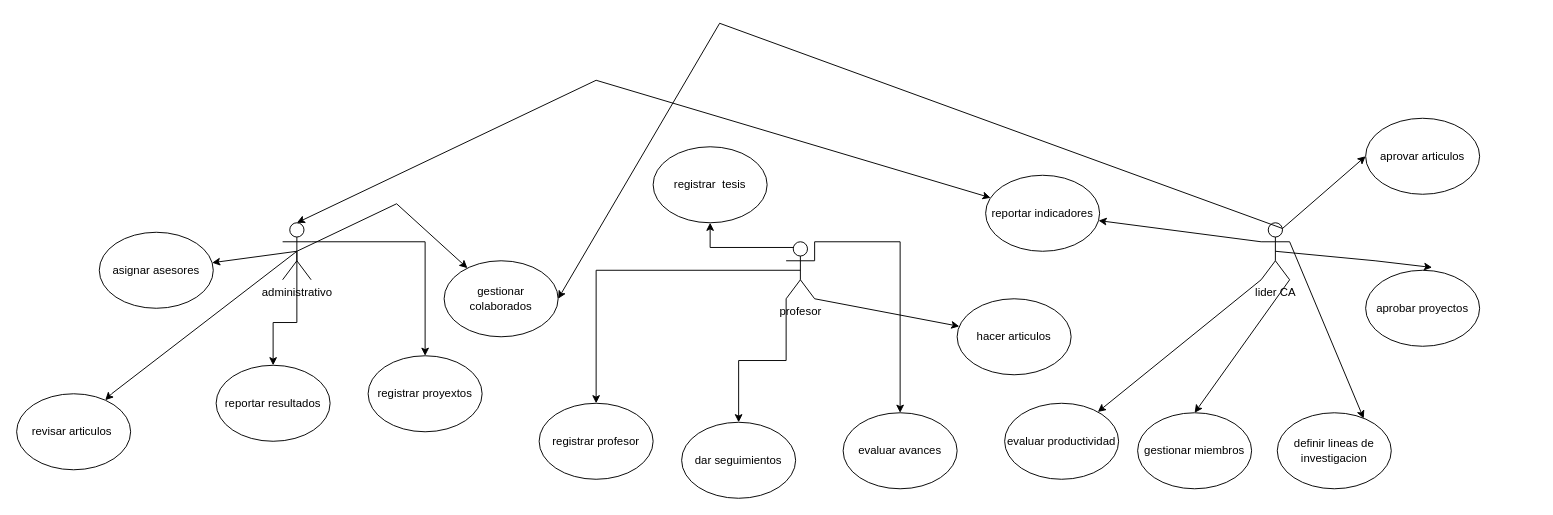
EmmanuelEUG/draw keeps this draw.io diagram as Diagrama sin título.drawio. Above is the earlier version. Source tidied: cells renumbered, new cells numbered last; positions are measured from the earlier drawing's top-left corner, leaving out a move shared by most shapes. Both pictures are drawn from the tidied source at 95%, with x=0, y=0 at pixel (16, 23).
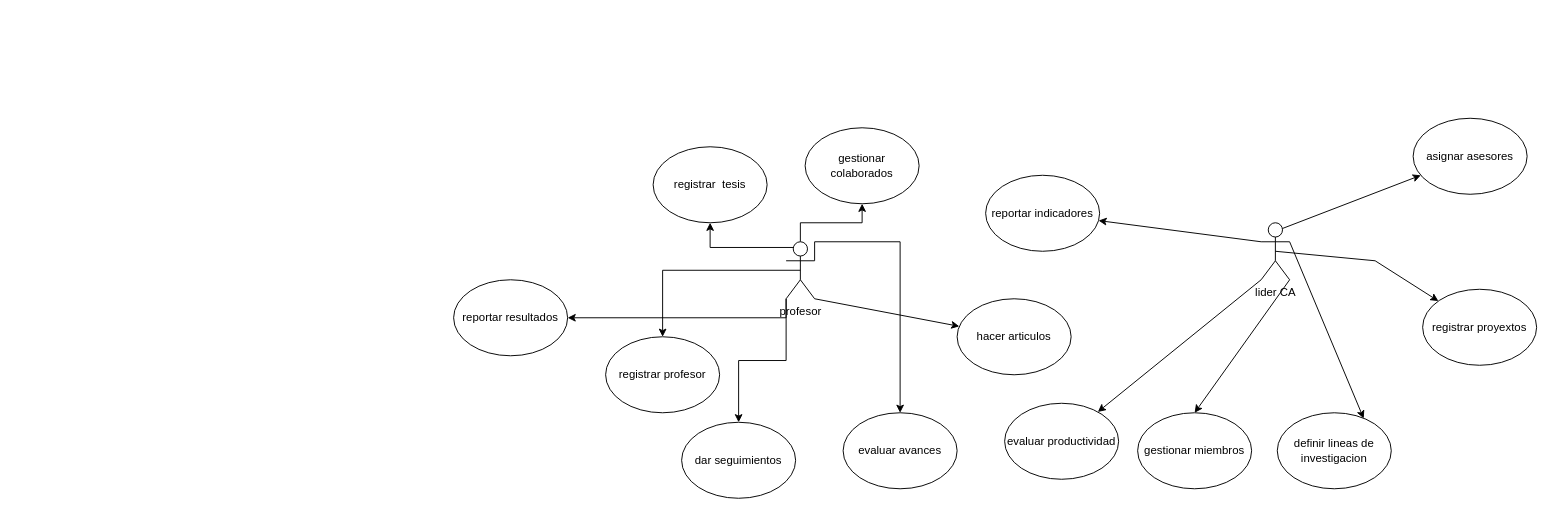
The same page after the edit.

Unchanged cells that the change refers to:
```xml
<mxCell id="6" value="profesor" style="shape=umlActor;verticalLabelPosition=bottom;verticalAlign=top;html=1;outlineConnect=0;" parent="1" vertex="1">
  <mxGeometry x="810" y="230" width="30" height="60" as="geometry" />
</mxCell>
<mxCell id="17" value="lider CA" style="shape=umlActor;verticalLabelPosition=bottom;verticalAlign=top;html=1;outlineConnect=0;" parent="1" vertex="1">
  <mxGeometry x="1310" y="210" width="30" height="60" as="geometry" />
</mxCell>
<mxCell id="21" value="reportar indicadores" style="ellipse;whiteSpace=wrap;html=1;" parent="1" vertex="1">
  <mxGeometry x="1020" y="160" width="120" height="80" as="geometry" />
</mxCell>
```

The edit, as a diff of the source:
```diff
@@
+    <mxCell id="39" style="edgeStyle=orthogonalEdgeStyle;rounded=0;jettySize=auto;html=1;exitX=0.5;exitY=0;exitDx=0;exitDy=0;exitPerimeter=0;" parent="1" edge="1" source="6" target="27">
+      <mxGeometry relative="1" as="geometry" />
+    </mxCell>
+    <mxCell id="40" style="edgeStyle=orthogonalEdgeStyle;rounded=0;jettySize=auto;html=1;exitX=0;exitY=1;exitDx=0;exitDy=0;exitPerimeter=0;" parent="1" edge="1" source="6" target="15">
+      <mxGeometry relative="1" as="geometry" />
+    </mxCell>
@@
-    <mxCell id="7" style="edgeStyle=orthogonalEdgeStyle;rounded=0;jettySize=auto;html=1;exitX=1;exitY=0.3333333333333333;exitDx=0;exitDy=0;exitPerimeter=0;" parent="1" edge="1" source="9" target="11">
-      <mxGeometry relative="1" as="geometry" />
-    </mxCell>
-    <mxCell id="8" style="edgeStyle=orthogonalEdgeStyle;rounded=0;jettySize=auto;html=1;exitX=0.5;exitY=0.5;exitDx=0;exitDy=0;exitPerimeter=0;" parent="1" edge="1" source="9" target="15">
-      <mxGeometry relative="1" as="geometry" />
-    </mxCell>
-    <mxCell id="9" value="administrativo" style="shape=umlActor;verticalLabelPosition=bottom;verticalAlign=top;html=1;outlineConnect=0;" parent="1" vertex="1">
-      <mxGeometry x="280" y="210" width="30" height="60" as="geometry" />
-    </mxCell>
@@
     <mxCell id="11" value="registrar proyextos" style="ellipse;whiteSpace=wrap;html=1;" parent="1" vertex="1">
-      <mxGeometry x="370" y="350" width="120" height="80" as="geometry" />
+      <mxGeometry x="1480" y="280" width="120" height="80" as="geometry" />
     </mxCell>
-    <mxCell id="12" value="aprobar proyectos" style="ellipse;whiteSpace=wrap;html=1;" parent="1" vertex="1">
-      <mxGeometry x="1420" y="260" width="120" height="80" as="geometry" />
-    </mxCell>
@@
     <mxCell id="14" value="registrar profesor" style="ellipse;whiteSpace=wrap;html=1;" parent="1" vertex="1">
-      <mxGeometry x="550" y="400" width="120" height="80" as="geometry" />
+      <mxGeometry x="620" y="330" width="120" height="80" as="geometry" />
     </mxCell>
     <mxCell id="15" value="reportar resultados" style="ellipse;whiteSpace=wrap;html=1;" parent="1" vertex="1">
-      <mxGeometry x="210" y="360" width="120" height="80" as="geometry" />
+      <mxGeometry x="460" y="270" width="120" height="80" as="geometry" />
     </mxCell>
@@
-    <mxCell id="26" style="endArrow=classic;startArrow=classic;html=1;rounded=0;exitX=0.5;exitY=0;exitDx=0;exitDy=0;exitPerimeter=0;" parent="1" edge="1" source="9" target="21">
-      <mxGeometry relative="1" as="geometry">
-        <Array as="points">
-          <mxPoint x="610" y="60" />
-        </Array>
-      </mxGeometry>
-    </mxCell>
     <mxCell id="27" value="gestionar colaborados" style="ellipse;whiteSpace=wrap;html=1;" parent="1" vertex="1">
-      <mxGeometry x="450" y="250" width="120" height="80" as="geometry" />
+      <mxGeometry x="830" y="110" width="120" height="80" as="geometry" />
     </mxCell>
-    <mxCell id="28" style="endArrow=classic;html=1;rounded=0;exitX=0.5;exitY=0.5;exitDx=0;exitDy=0;exitPerimeter=0;" parent="1" edge="1" source="9" target="27">
-      <mxGeometry relative="1" as="geometry">
-        <Array as="points">
-          <mxPoint x="400" y="190" />
-        </Array>
-      </mxGeometry>
-    </mxCell>
-    <mxCell id="29" style="endArrow=classic;html=1;rounded=0;entryX=1;entryY=0.5;entryDx=0;entryDy=0;exitX=0.75;exitY=0.1;exitDx=0;exitDy=0;exitPerimeter=0;" parent="1" edge="1" source="17" target="27">
-      <mxGeometry relative="1" as="geometry">
-        <Array as="points">
-          <mxPoint x="740" />
-        </Array>
-      </mxGeometry>
-    </mxCell>
-    <mxCell id="30" style="endArrow=classic;html=1;rounded=0;exitX=0.5;exitY=0.5;exitDx=0;exitDy=0;exitPerimeter=0;entryX=0.583;entryY=-0.037;entryDx=0;entryDy=0;entryPerimeter=0;" parent="1" edge="1" source="17" target="12">
+    <mxCell id="30" style="endArrow=classic;html=1;rounded=0;exitX=0.5;exitY=0.5;exitDx=0;exitDy=0;exitPerimeter=0;" parent="1" edge="1" source="17" target="11">
       <mxGeometry relative="1" as="geometry">
         <Array as="points">
           <mxPoint x="1430" y="250" />
         </Array>
       </mxGeometry>
     </mxCell>
     <mxCell id="31" value="asignar asesores" style="ellipse;whiteSpace=wrap;html=1;" parent="1" vertex="1">
-      <mxGeometry x="87" y="220" width="120" height="80" as="geometry" />
+      <mxGeometry x="1470" y="100" width="120" height="80" as="geometry" />
     </mxCell>
-    <mxCell id="32" style="endArrow=classic;html=1;rounded=0;exitX=0.5;exitY=0.5;exitDx=0;exitDy=0;exitPerimeter=0;" parent="1" edge="1" source="9" target="31">
-      <mxGeometry relative="1" as="geometry" />
-    </mxCell>
@@
-    <mxCell id="35" style="endArrow=classic;html=1;rounded=0;exitX=0.5;exitY=0.5;exitDx=0;exitDy=0;exitPerimeter=0;" parent="1" edge="1" source="9" target="36">
-      <mxGeometry relative="1" as="geometry">
-        <Array as="points">
-          <mxPoint x="100" y="390" />
-        </Array>
-      </mxGeometry>
-    </mxCell>
-    <mxCell id="36" value="revisar articulos&amp;nbsp;" style="ellipse;whiteSpace=wrap;html=1;" parent="1" vertex="1">
-      <mxGeometry y="390" width="120" height="80" as="geometry" />
-    </mxCell>
-    <mxCell id="37" value="aprovar articulos" style="ellipse;whiteSpace=wrap;html=1;" parent="1" vertex="1">
-      <mxGeometry x="1420" y="100" width="120" height="80" as="geometry" />
-    </mxCell>
-    <mxCell id="38" style="endArrow=classic;html=1;rounded=0;entryX=0;entryY=0.5;entryDx=0;entryDy=0;exitX=0.75;exitY=0.1;exitDx=0;exitDy=0;exitPerimeter=0;" parent="1" edge="1" source="17" target="37">
+    <mxCell id="38" style="endArrow=classic;html=1;rounded=0;exitX=0.75;exitY=0.1;exitDx=0;exitDy=0;exitPerimeter=0;" parent="1" edge="1" source="17" target="31">
       <mxGeometry relative="1" as="geometry" />
     </mxCell>
```
